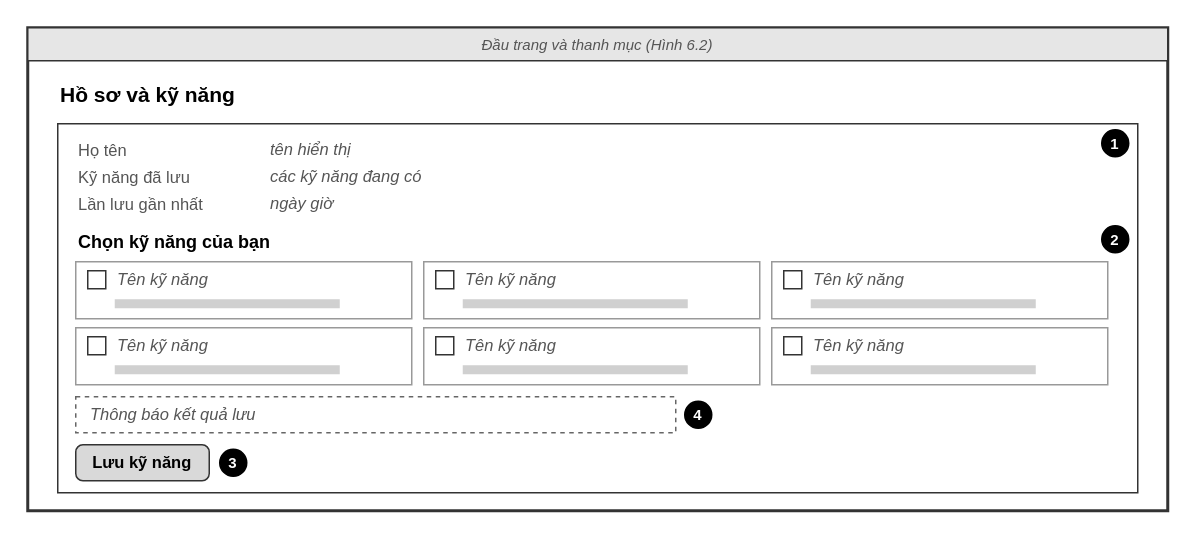
This is docs/giao_dien/drawio/M04_Ho_so_va_ky_nang.drawio from kanishere55/OOSD_NenTangDieuPhoi_TNV, a draw.io file, before an edit. Source tidied: cells renumbered, new cells numbered last; positions are measured from the earlier drawing's top-left corner, leaving out a move shared by most shapes. Both pictures are drawn from the tidied source at 150%, with x=0, y=0 at pixel (27, 27).
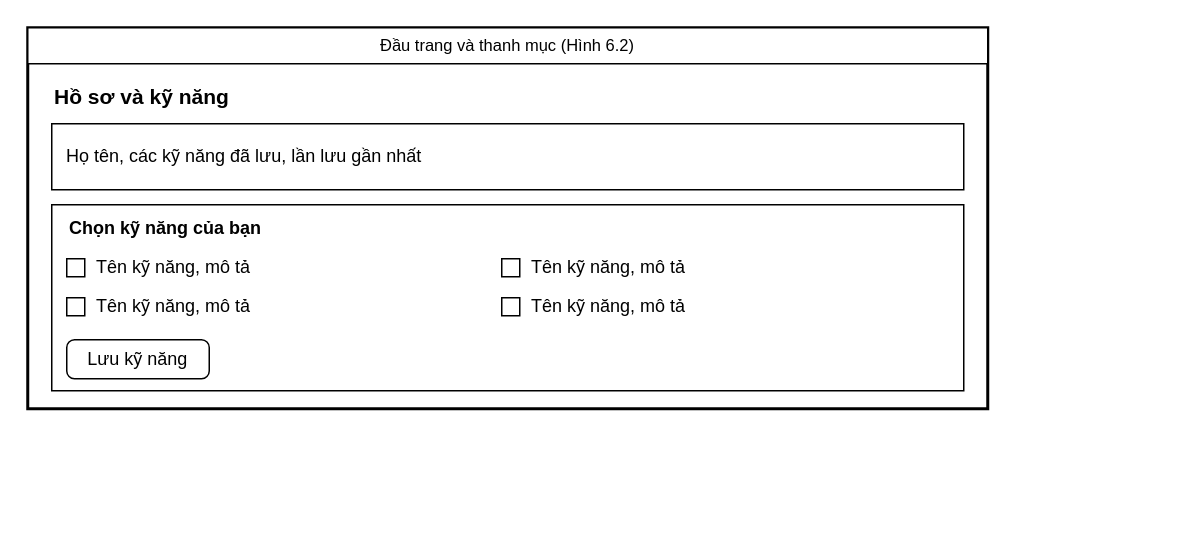
The same diagram, later.

The edit, as a diff of the source:
```diff
@@
-    <mxCell id="2" style="rounded=0;whiteSpace=wrap;html=1;fillColor=#ffffff;strokeColor=#333333;strokeWidth=2;" parent="1" vertex="1">
-      <mxGeometry width="760" height="322" as="geometry" />
+    <mxCell id="2" style="rounded=0;whiteSpace=wrap;html=1;fillColor=#ffffff;strokeColor=#000000;strokeWidth=2;" parent="1" vertex="1">
+      <mxGeometry width="640" height="254" as="geometry" />
     </mxCell>
-    <mxCell id="3" value="Đầu trang và thanh mục (Hình 6.2)" style="rounded=0;whiteSpace=wrap;html=1;fillColor=#e6e6e6;strokeColor=#333333;fontSize=10;fontStyle=2;fontColor=#555555;" parent="1" vertex="1">
-      <mxGeometry width="760" height="22" as="geometry" />
+    <mxCell id="3" value="Đầu trang và thanh mục (Hình 6.2)" style="rounded=0;whiteSpace=wrap;html=1;fillColor=#ffffff;strokeColor=#000000;fontColor=#000000;fontSize=11;align=center;" parent="1" vertex="1">
+      <mxGeometry width="640" height="24" as="geometry" />
     </mxCell>
-    <mxCell id="4" value="Hồ sơ và kỹ năng" style="text;html=1;strokeColor=none;fillColor=none;align=left;verticalAlign=middle;whiteSpace=wrap;rounded=0;fontSize=14;fontStyle=1;fontColor=#000000;" parent="1" vertex="1">
-      <mxGeometry x="20" y="34" width="400" height="22" as="geometry" />
+    <mxCell id="4" value="Hồ sơ và kỹ năng" style="text;html=1;strokeColor=none;fillColor=none;whiteSpace=wrap;verticalAlign=middle;fontColor=#000000;align=left;fontSize=14;fontStyle=1;" parent="1" vertex="1">
+      <mxGeometry x="16" y="34" width="300" height="24" as="geometry" />
     </mxCell>
-    <mxCell id="5" style="rounded=0;arcSize=8;whiteSpace=wrap;html=1;fillColor=#ffffff;strokeColor=#333333;" parent="1" vertex="1">
-      <mxGeometry x="20" y="64" width="720" height="246" as="geometry" />
+    <mxCell id="5" value="Họ tên, các kỹ năng đã lưu, lần lưu gần nhất" style="rounded=0;whiteSpace=wrap;html=1;fillColor=#ffffff;strokeColor=#000000;fontColor=#000000;fontSize=12;align=left;spacingLeft=8;" parent="1" vertex="1">
+      <mxGeometry x="16" y="64" width="608" height="44" as="geometry" />
     </mxCell>
-    <mxCell id="6" value="Họ tên" style="text;html=1;strokeColor=none;fillColor=none;align=left;verticalAlign=middle;whiteSpace=wrap;rounded=0;fontSize=11;fontStyle=0;fontColor=#555555;" parent="1" vertex="1">
-      <mxGeometry x="32" y="72" width="120" height="19" as="geometry" />
+    <mxCell id="6" style="rounded=0;whiteSpace=wrap;html=1;fillColor=#ffffff;strokeColor=#000000;fontColor=#000000;fontSize=12;align=center;" parent="1" vertex="1">
+      <mxGeometry x="16" y="118" width="608" height="124" as="geometry" />
     </mxCell>
-    <mxCell id="7" value="tên hiển thị" style="text;html=1;strokeColor=none;fillColor=none;align=left;verticalAlign=middle;whiteSpace=wrap;rounded=0;fontSize=11;fontStyle=2;fontColor=#555555;" parent="1" vertex="1">
-      <mxGeometry x="160" y="72" width="300" height="18" as="geometry" />
+    <mxCell id="7" value="Chọn kỹ năng của bạn" style="text;html=1;strokeColor=none;fillColor=none;whiteSpace=wrap;verticalAlign=middle;fontColor=#000000;align=left;fontSize=12;fontStyle=1;" parent="1" vertex="1">
+      <mxGeometry x="26" y="124" width="300" height="20" as="geometry" />
     </mxCell>
-    <mxCell id="8" value="Kỹ năng đã lưu" style="text;html=1;strokeColor=none;fillColor=none;align=left;verticalAlign=middle;whiteSpace=wrap;rounded=0;fontSize=11;fontStyle=0;fontColor=#555555;" parent="1" vertex="1">
-      <mxGeometry x="32" y="90" width="120" height="19" as="geometry" />
+    <mxCell id="8" style="rounded=0;whiteSpace=wrap;html=1;fillColor=#ffffff;strokeColor=#000000;fontColor=#000000;fontSize=12;align=center;" parent="1" vertex="1">
+      <mxGeometry x="26" y="154" width="12" height="12" as="geometry" />
     </mxCell>
-    <mxCell id="9" value="các kỹ năng đang có" style="text;html=1;strokeColor=none;fillColor=none;align=left;verticalAlign=middle;whiteSpace=wrap;rounded=0;fontSize=11;fontStyle=2;fontColor=#555555;" parent="1" vertex="1">
-      <mxGeometry x="160" y="90" width="300" height="18" as="geometry" />
+    <mxCell id="9" value="Tên kỹ năng, mô tả" style="text;html=1;strokeColor=none;fillColor=none;whiteSpace=wrap;verticalAlign=middle;fontColor=#000000;align=left;fontSize=12;fontStyle=0;" parent="1" vertex="1">
+      <mxGeometry x="44" y="150" width="252" height="20" as="geometry" />
     </mxCell>
-    <mxCell id="10" value="Lần lưu gần nhất" style="text;html=1;strokeColor=none;fillColor=none;align=left;verticalAlign=middle;whiteSpace=wrap;rounded=0;fontSize=11;fontStyle=0;fontColor=#555555;" parent="1" vertex="1">
-      <mxGeometry x="32" y="108" width="120" height="19" as="geometry" />
+    <mxCell id="10" style="rounded=0;whiteSpace=wrap;html=1;fillColor=#ffffff;strokeColor=#000000;fontColor=#000000;fontSize=12;align=center;" parent="1" vertex="1">
+      <mxGeometry x="316" y="154" width="12" height="12" as="geometry" />
     </mxCell>
-    <mxCell id="11" value="ngày giờ" style="text;html=1;strokeColor=none;fillColor=none;align=left;verticalAlign=middle;whiteSpace=wrap;rounded=0;fontSize=11;fontStyle=2;fontColor=#555555;" parent="1" vertex="1">
-      <mxGeometry x="160" y="108" width="300" height="18" as="geometry" />
+    <mxCell id="11" value="Tên kỹ năng, mô tả" style="text;html=1;strokeColor=none;fillColor=none;whiteSpace=wrap;verticalAlign=middle;fontColor=#000000;align=left;fontSize=12;fontStyle=0;" parent="1" vertex="1">
+      <mxGeometry x="334" y="150" width="252" height="20" as="geometry" />
     </mxCell>
-    <mxCell id="12" value="1" style="ellipse;whiteSpace=wrap;html=1;fillColor=#000000;strokeColor=#000000;fontColor=#ffffff;fontSize=10;fontStyle=1;" parent="1" vertex="1">
-      <mxGeometry x="716" y="68" width="18" height="18" as="geometry" />
+    <mxCell id="12" style="rounded=0;whiteSpace=wrap;html=1;fillColor=#ffffff;strokeColor=#000000;fontColor=#000000;fontSize=12;align=center;" parent="1" vertex="1">
+      <mxGeometry x="26" y="180" width="12" height="12" as="geometry" />
     </mxCell>
-    <mxCell id="13" value="Chọn kỹ năng của bạn" style="text;html=1;strokeColor=none;fillColor=none;align=left;verticalAlign=middle;whiteSpace=wrap;rounded=0;fontSize=12;fontStyle=1;fontColor=#000000;" parent="1" vertex="1">
-      <mxGeometry x="32" y="132" width="300" height="21" as="geometry" />
+    <mxCell id="13" value="Tên kỹ năng, mô tả" style="text;html=1;strokeColor=none;fillColor=none;whiteSpace=wrap;verticalAlign=middle;fontColor=#000000;align=left;fontSize=12;fontStyle=0;" parent="1" vertex="1">
+      <mxGeometry x="44" y="176" width="252" height="20" as="geometry" />
     </mxCell>
-    <mxCell id="14" value="2" style="ellipse;whiteSpace=wrap;html=1;fillColor=#000000;strokeColor=#000000;fontColor=#ffffff;fontSize=10;fontStyle=1;" parent="1" vertex="1">
-      <mxGeometry x="716" y="132" width="18" height="18" as="geometry" />
+    <mxCell id="14" style="rounded=0;whiteSpace=wrap;html=1;fillColor=#ffffff;strokeColor=#000000;fontColor=#000000;fontSize=12;align=center;" parent="1" vertex="1">
+      <mxGeometry x="316" y="180" width="12" height="12" as="geometry" />
     </mxCell>
-    <mxCell id="15" style="rounded=0;arcSize=8;whiteSpace=wrap;html=1;fillColor=#ffffff;strokeColor=#999999;" parent="1" vertex="1">
-      <mxGeometry x="32" y="156" width="224" height="38" as="geometry" />
+    <mxCell id="15" value="Tên kỹ năng, mô tả" style="text;html=1;strokeColor=none;fillColor=none;whiteSpace=wrap;verticalAlign=middle;fontColor=#000000;align=left;fontSize=12;fontStyle=0;" parent="1" vertex="1">
+      <mxGeometry x="334" y="176" width="252" height="20" as="geometry" />
     </mxCell>
-    <mxCell id="16" style="rounded=0;whiteSpace=wrap;html=1;fillColor=#ffffff;strokeColor=#333333;" parent="1" vertex="1">
-      <mxGeometry x="40" y="162" width="12" height="12" as="geometry" />
+    <mxCell id="16" value="Lưu kỹ năng" style="rounded=1;arcSize=20;whiteSpace=wrap;html=1;fillColor=#ffffff;strokeColor=#000000;fontColor=#000000;fontSize=12;" parent="1" vertex="1">
+      <mxGeometry x="26" y="208" width="95" height="26" as="geometry" />
     </mxCell>
-    <mxCell id="17" value="Tên kỹ năng" style="text;html=1;strokeColor=none;fillColor=none;align=left;verticalAlign=middle;whiteSpace=wrap;rounded=0;fontSize=11;fontStyle=2;fontColor=#555555;" parent="1" vertex="1">
-      <mxGeometry x="58" y="159" width="182" height="18" as="geometry" />
-    </mxCell>
-    <mxCell id="18" style="rounded=0;whiteSpace=wrap;html=1;fillColor=#d0d0d0;strokeColor=none;" parent="1" vertex="1">
-      <mxGeometry x="58" y="181" width="150" height="6" as="geometry" />
-    </mxCell>
-    <mxCell id="19" style="rounded=0;arcSize=8;whiteSpace=wrap;html=1;fillColor=#ffffff;strokeColor=#999999;" parent="1" vertex="1">
-      <mxGeometry x="264" y="156" width="224" height="38" as="geometry" />
-    </mxCell>
-    <mxCell id="20" style="rounded=0;whiteSpace=wrap;html=1;fillColor=#ffffff;strokeColor=#333333;" parent="1" vertex="1">
-      <mxGeometry x="272" y="162" width="12" height="12" as="geometry" />
-    </mxCell>
-    <mxCell id="21" value="Tên kỹ năng" style="text;html=1;strokeColor=none;fillColor=none;align=left;verticalAlign=middle;whiteSpace=wrap;rounded=0;fontSize=11;fontStyle=2;fontColor=#555555;" parent="1" vertex="1">
-      <mxGeometry x="290" y="159" width="182" height="18" as="geometry" />
-    </mxCell>
-    <mxCell id="22" style="rounded=0;whiteSpace=wrap;html=1;fillColor=#d0d0d0;strokeColor=none;" parent="1" vertex="1">
-      <mxGeometry x="290" y="181" width="150" height="6" as="geometry" />
-    </mxCell>
-    <mxCell id="23" style="rounded=0;arcSize=8;whiteSpace=wrap;html=1;fillColor=#ffffff;strokeColor=#999999;" parent="1" vertex="1">
-      <mxGeometry x="496" y="156" width="224" height="38" as="geometry" />
-    </mxCell>
-    <mxCell id="24" style="rounded=0;whiteSpace=wrap;html=1;fillColor=#ffffff;strokeColor=#333333;" parent="1" vertex="1">
-      <mxGeometry x="504" y="162" width="12" height="12" as="geometry" />
-    </mxCell>
-    <mxCell id="25" value="Tên kỹ năng" style="text;html=1;strokeColor=none;fillColor=none;align=left;verticalAlign=middle;whiteSpace=wrap;rounded=0;fontSize=11;fontStyle=2;fontColor=#555555;" parent="1" vertex="1">
-      <mxGeometry x="522" y="159" width="182" height="18" as="geometry" />
-    </mxCell>
-    <mxCell id="26" style="rounded=0;whiteSpace=wrap;html=1;fillColor=#d0d0d0;strokeColor=none;" parent="1" vertex="1">
-      <mxGeometry x="522" y="181" width="150" height="6" as="geometry" />
-    </mxCell>
-    <mxCell id="27" style="rounded=0;arcSize=8;whiteSpace=wrap;html=1;fillColor=#ffffff;strokeColor=#999999;" parent="1" vertex="1">
-      <mxGeometry x="32" y="200" width="224" height="38" as="geometry" />
-    </mxCell>
-    <mxCell id="28" style="rounded=0;whiteSpace=wrap;html=1;fillColor=#ffffff;strokeColor=#333333;" parent="1" vertex="1">
-      <mxGeometry x="40" y="206" width="12" height="12" as="geometry" />
-    </mxCell>
-    <mxCell id="29" value="Tên kỹ năng" style="text;html=1;strokeColor=none;fillColor=none;align=left;verticalAlign=middle;whiteSpace=wrap;rounded=0;fontSize=11;fontStyle=2;fontColor=#555555;" parent="1" vertex="1">
-      <mxGeometry x="58" y="203" width="182" height="18" as="geometry" />
-    </mxCell>
-    <mxCell id="30" style="rounded=0;whiteSpace=wrap;html=1;fillColor=#d0d0d0;strokeColor=none;" parent="1" vertex="1">
-      <mxGeometry x="58" y="225" width="150" height="6" as="geometry" />
-    </mxCell>
-    <mxCell id="31" style="rounded=0;arcSize=8;whiteSpace=wrap;html=1;fillColor=#ffffff;strokeColor=#999999;" parent="1" vertex="1">
-      <mxGeometry x="264" y="200" width="224" height="38" as="geometry" />
-    </mxCell>
-    <mxCell id="32" style="rounded=0;whiteSpace=wrap;html=1;fillColor=#ffffff;strokeColor=#333333;" parent="1" vertex="1">
-      <mxGeometry x="272" y="206" width="12" height="12" as="geometry" />
-    </mxCell>
-    <mxCell id="33" value="Tên kỹ năng" style="text;html=1;strokeColor=none;fillColor=none;align=left;verticalAlign=middle;whiteSpace=wrap;rounded=0;fontSize=11;fontStyle=2;fontColor=#555555;" parent="1" vertex="1">
-      <mxGeometry x="290" y="203" width="182" height="18" as="geometry" />
-    </mxCell>
-    <mxCell id="34" style="rounded=0;whiteSpace=wrap;html=1;fillColor=#d0d0d0;strokeColor=none;" parent="1" vertex="1">
-      <mxGeometry x="290" y="225" width="150" height="6" as="geometry" />
-    </mxCell>
-    <mxCell id="35" style="rounded=0;arcSize=8;whiteSpace=wrap;html=1;fillColor=#ffffff;strokeColor=#999999;" parent="1" vertex="1">
-      <mxGeometry x="496" y="200" width="224" height="38" as="geometry" />
-    </mxCell>
-    <mxCell id="36" style="rounded=0;whiteSpace=wrap;html=1;fillColor=#ffffff;strokeColor=#333333;" parent="1" vertex="1">
-      <mxGeometry x="504" y="206" width="12" height="12" as="geometry" />
-    </mxCell>
-    <mxCell id="37" value="Tên kỹ năng" style="text;html=1;strokeColor=none;fillColor=none;align=left;verticalAlign=middle;whiteSpace=wrap;rounded=0;fontSize=11;fontStyle=2;fontColor=#555555;" parent="1" vertex="1">
-      <mxGeometry x="522" y="203" width="182" height="18" as="geometry" />
-    </mxCell>
-    <mxCell id="38" style="rounded=0;whiteSpace=wrap;html=1;fillColor=#d0d0d0;strokeColor=none;" parent="1" vertex="1">
-      <mxGeometry x="522" y="225" width="150" height="6" as="geometry" />
-    </mxCell>
-    <mxCell id="39" style="rounded=0;arcSize=8;whiteSpace=wrap;html=1;fillColor=#ffffff;strokeColor=#666666;dashed=1;" parent="1" vertex="1">
-      <mxGeometry x="32" y="246" width="400" height="24" as="geometry" />
-    </mxCell>
-    <mxCell id="40" value="Thông báo kết quả lưu" style="text;html=1;strokeColor=none;fillColor=none;align=left;verticalAlign=middle;whiteSpace=wrap;rounded=0;fontSize=11;fontStyle=2;fontColor=#555555;" parent="1" vertex="1">
-      <mxGeometry x="40" y="249" width="380" height="18" as="geometry" />
-    </mxCell>
-    <mxCell id="41" value="4" style="ellipse;whiteSpace=wrap;html=1;fillColor=#000000;strokeColor=#000000;fontColor=#ffffff;fontSize=10;fontStyle=1;" parent="1" vertex="1">
-      <mxGeometry x="438" y="249" width="18" height="18" as="geometry" />
-    </mxCell>
-    <mxCell id="42" value="Lưu kỹ năng" style="rounded=1;arcSize=20;whiteSpace=wrap;html=1;fontSize=11;strokeColor=#333333;fillColor=#d9d9d9;fontStyle=1;" parent="1" vertex="1">
-      <mxGeometry x="32" y="278" width="89" height="24" as="geometry" />
-    </mxCell>
-    <mxCell id="43" value="3" style="ellipse;whiteSpace=wrap;html=1;fillColor=#000000;strokeColor=#000000;fontColor=#ffffff;fontSize=10;fontStyle=1;" parent="1" vertex="1">
-      <mxGeometry x="128" y="281" width="18" height="18" as="geometry" />
-    </mxCell>
```
